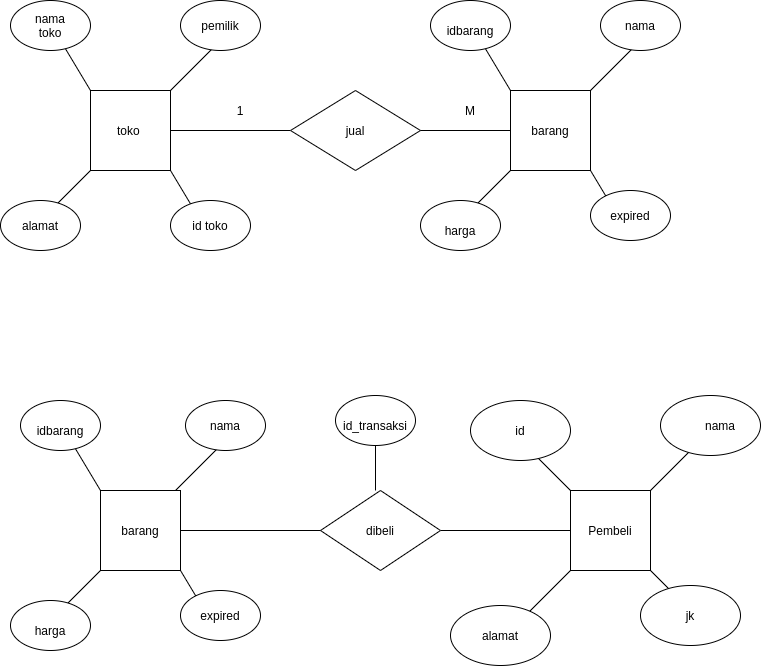
The draw.io diagram erd-1-to-M&M-to-M.png in Bellukchips/basisdata, before a commit. Source tidied: cells renumbered, new cells last; positions are measured from the earlier drawing's top-left corner, leaving out a move shared by most shapes.
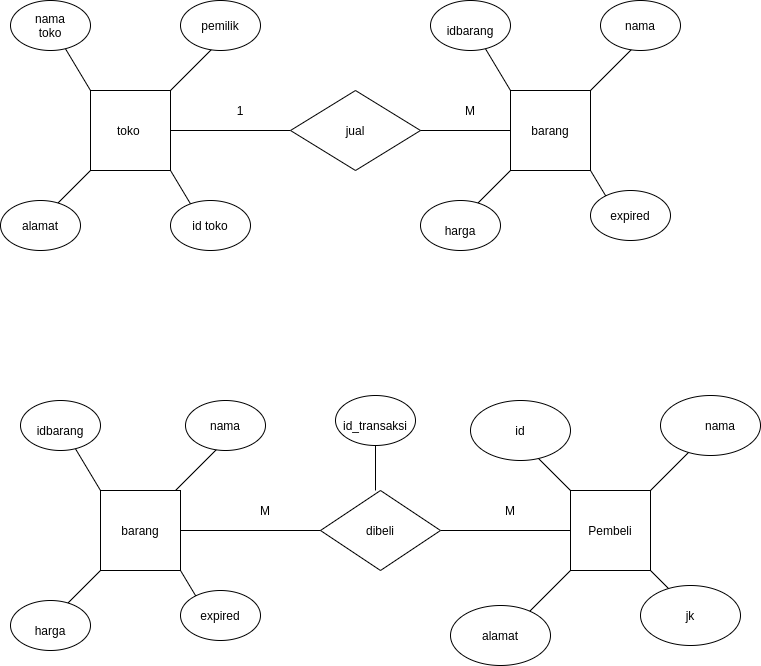
After the change.

What changed in the source:
```diff
@@ -261,5 +261,11 @@
     <mxCell id="70" value="id_transaksi" style="text;html=1;strokeColor=none;fillColor=none;align=center;verticalAlign=middle;whiteSpace=wrap;rounded=0;" parent="1" vertex="1">
       <mxGeometry x="355" y="415" width="40" height="20" as="geometry" />
     </mxCell>
+    <mxCell id="71" value="M" style="text;html=1;strokeColor=none;fillColor=none;align=center;verticalAlign=middle;whiteSpace=wrap;rounded=0;" parent="1" vertex="1">
+      <mxGeometry x="245" y="500" width="40" height="20" as="geometry" />
+    </mxCell>
+    <mxCell id="72" value="M" style="text;html=1;strokeColor=none;fillColor=none;align=center;verticalAlign=middle;whiteSpace=wrap;rounded=0;" parent="1" vertex="1">
+      <mxGeometry x="490" y="500" width="40" height="20" as="geometry" />
+    </mxCell>
   </root>
 </mxGraphModel>
```
